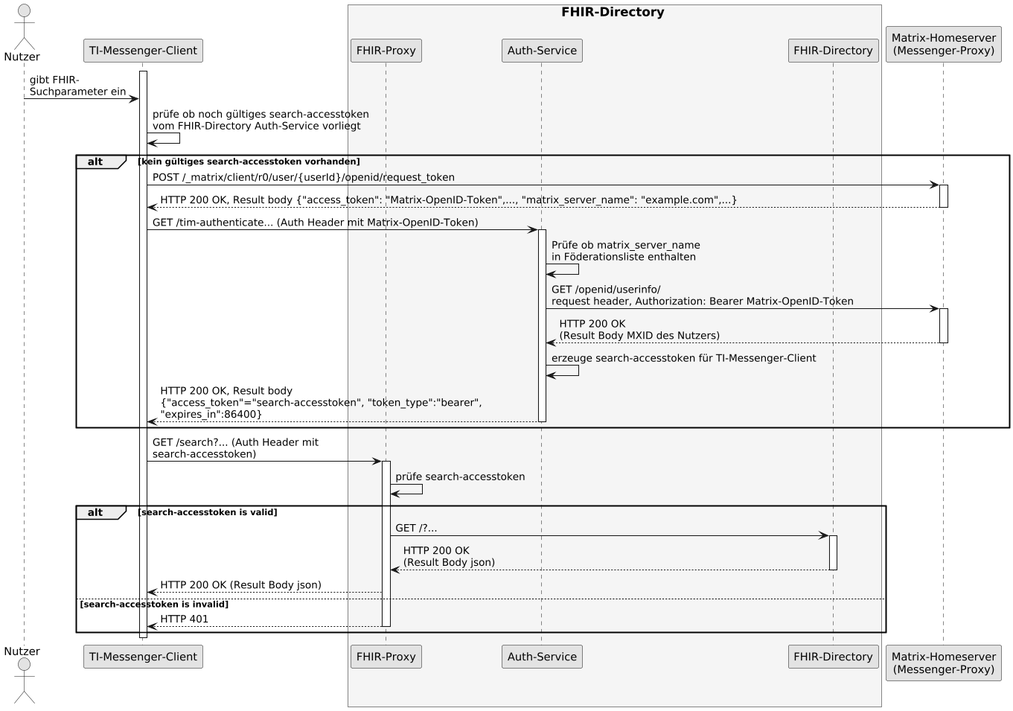
Earlier version of the PlantUML export images/diagrams/SequenceDiagram.FHIR-Directory.search.png (gematik/api-vzd).
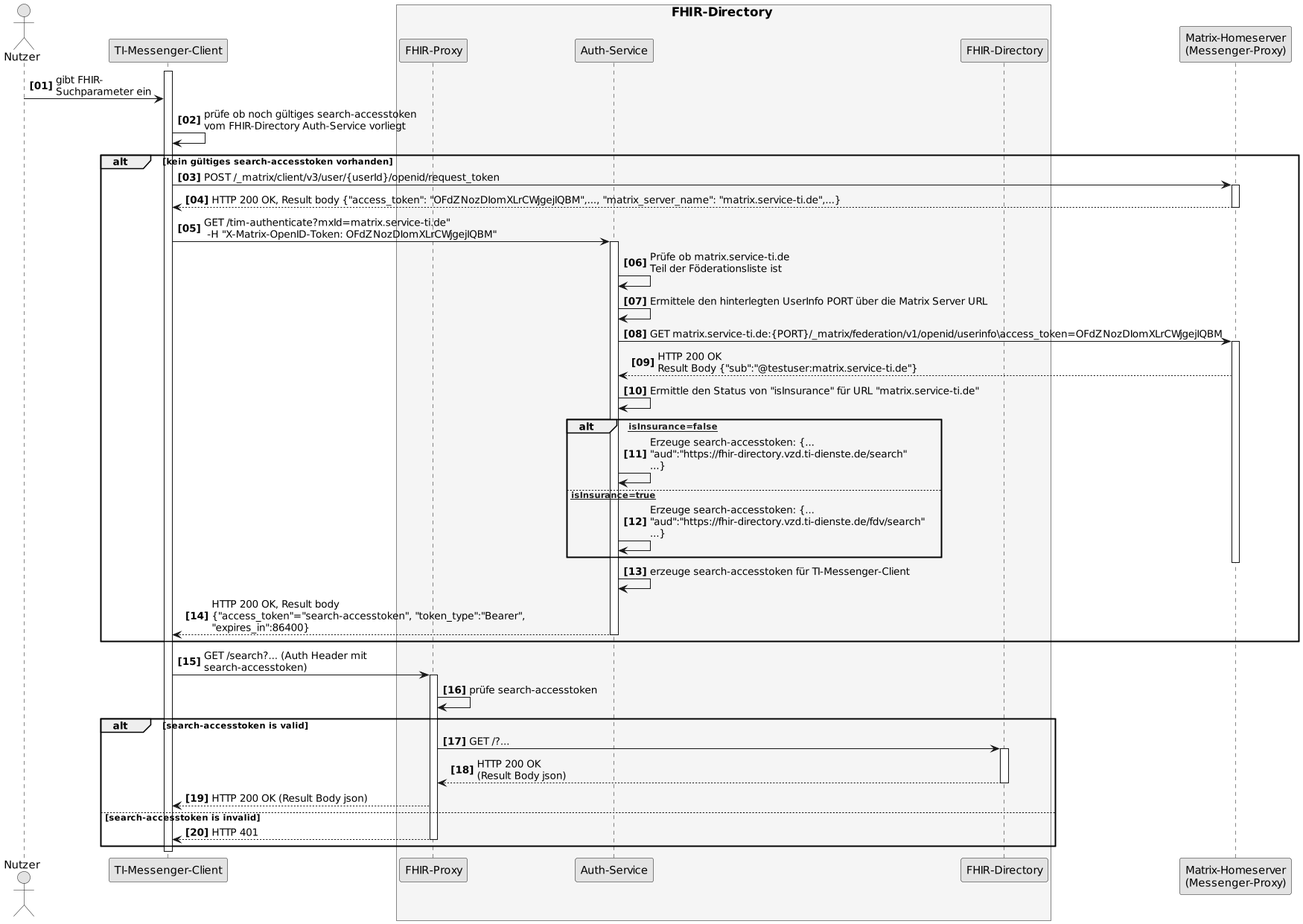
After the change.

Change to the diagram source:
```diff
@@ -1,4 +1,5 @@
 @startuml SequenceDiagram.FHIR-Directory.search
+autonumber 1 1 "<b>[00]"
 skinparam dpi 100
 skinparam WrapWidth 200
 skinparam monochrome true
@@ -17,19 +18,28 @@
 cl -> cl: prüfe ob noch gültiges search-accesstoken\nvom FHIR-Directory Auth-Service vorliegt
 
 alt kein gültiges search-accesstoken vorhanden
-cl -> hs: POST /_matrix/client/r0/user/{userId}/openid/request_token
+cl -> hs: POST /_matrix/client/v3/user/{userId}/openid/request_token
 activate hs
-hs --> cl: HTTP 200 OK, Result body {"access_token": "Matrix-OpenID-Token",..., "matrix_server_name": "example.com",...}
+hs --> cl: HTTP 200 OK, Result body {"access_token": "OFdZNozDIomXLrCWjgejIQBM",..., "matrix_server_name": "matrix.service-ti.de",...}
 deactivate hs
-cl -> au: GET /tim-authenticate... (Auth Header mit Matrix-OpenID-Token)
+cl -> au: GET /tim-authenticate?mxId=matrix.service-ti.de"\n -H "X-Matrix-OpenID-Token: OFdZNozDIomXLrCWjgejIQBM"
 activate au
-au -> au: Prüfe ob matrix_server_name\nin Föderationsliste enthalten
-au -> hs: GET /openid/userinfo/\nrequest header, Authorization: Bearer Matrix-OpenID-Token
+au -> au: Prüfe ob matrix.service-ti.de\nTeil der Föderationsliste ist
+au -> au: Ermittele den hinterlegten UserInfo PORT über die Matrix Server URL
+au -> hs: GET matrix.service-ti.de:{PORT}/_matrix/federation/v1/openid/userinfo\access_token=OFdZNozDIomXLrCWjgejIQBM
 activate hs
-hs --> au: HTTP 200 OK\n(Result Body MXID des Nutzers)
+hs --> au: HTTP 200 OK\nResult Body {"sub":"@testuser:matrix.service-ti.de"}
+au -> au: Ermittle den Status von "isInsurance" für URL "matrix.service-ti.de"
+
+alt [isInsurance=false]
+au -> au: Erzeuge search-accesstoken: {...\n"aud":"https://fhir-directory.vzd.ti-dienste.de/search"\n...}
+else [isInsurance=true]
+au -> au: Erzeuge search-accesstoken: {...\n"aud":"https://fhir-directory.vzd.ti-dienste.de/fdv/search"\n...}
+end
+
 deactivate hs
 au -> au: erzeuge search-accesstoken für TI-Messenger-Client
-au --> cl: HTTP 200 OK, Result body\n{"access_token"="search-accesstoken", "token_type":"bearer",\n"expires_in":86400}
+au --> cl: HTTP 200 OK, Result body\n{"access_token"="search-accesstoken", "token_type":"Bearer",\n"expires_in":86400}
 deactivate au
 end
 
```
